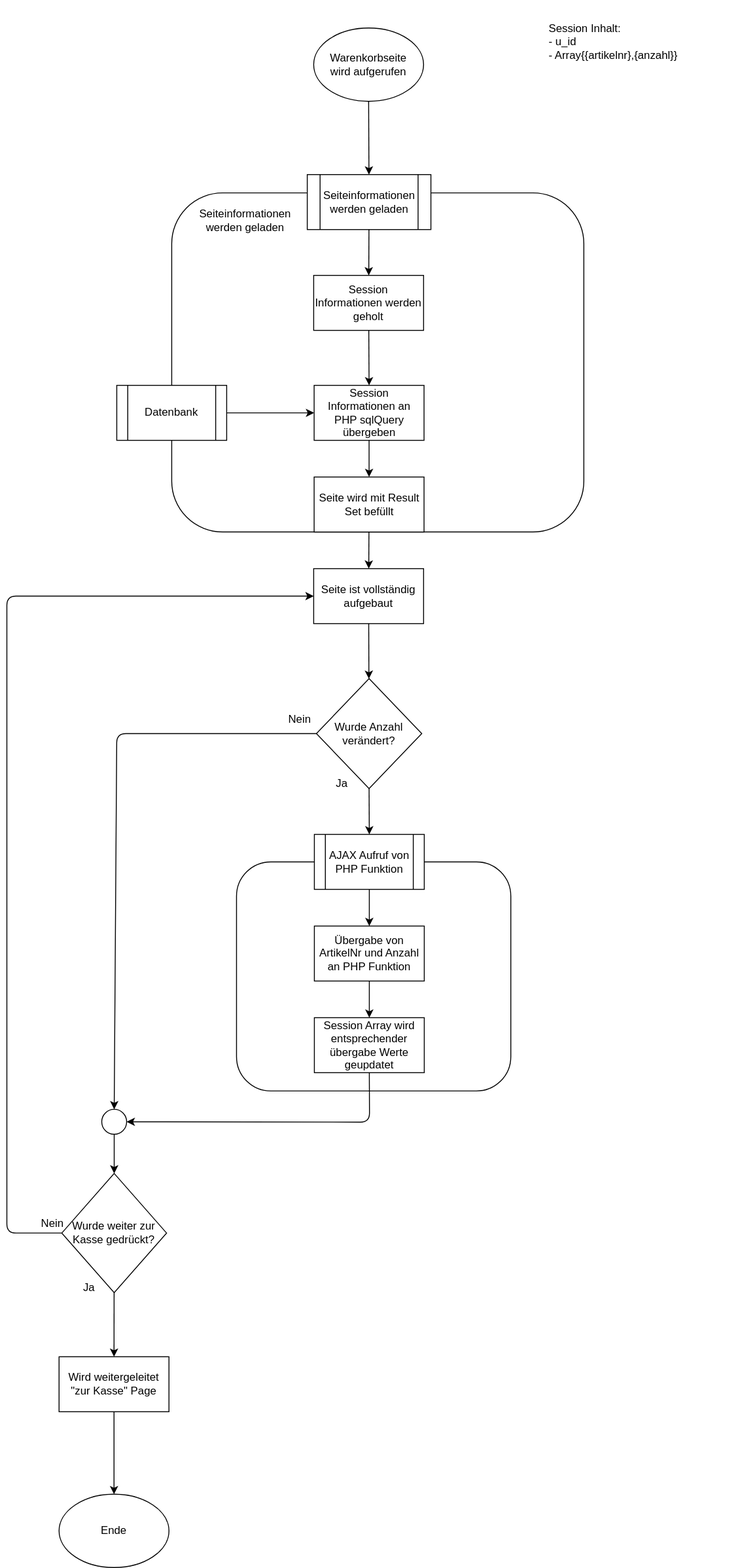
Projektarbeiten/ProjectPlatypus keeps this draw.io diagram as drawio/flussdiagrammPreisberechnungWarenkorb.drawio.svg. Above is the earlier version. Source tidied: cells renumbered, new cells last; positions are measured from the earlier drawing's top-left corner, leaving out a move shared by most shapes. Its diagram source:
```xml
<mxGraphModel>
  <root>
    <mxCell id="0" />
    <mxCell id="1" parent="0" />
    <mxCell id="2" style="rounded=1;whiteSpace=wrap;html=1;" parent="1" vertex="1">
      <mxGeometry x="180" y="210" width="450" height="370" as="geometry" />
    </mxCell>
    <mxCell id="3" value="Warenkorbseite&lt;br&gt;wird aufgerufen" style="ellipse;whiteSpace=wrap;html=1;" parent="1" vertex="1">
      <mxGeometry x="335" y="30" width="120" height="80" as="geometry" />
    </mxCell>
    <mxCell id="4" style="endArrow=classic;html=1;exitX=0.5;exitY=1;exitDx=0;exitDy=0;" parent="1" edge="1" source="3" target="7">
      <mxGeometry relative="1" as="geometry" />
    </mxCell>
    <mxCell id="5" value="&lt;span style=&quot;&quot;&gt;Seiteinformationen&lt;br&gt;werden geladen&lt;/span&gt;" style="text;html=1;align=center;verticalAlign=middle;strokeColor=none;fillColor=none;" parent="1" vertex="1">
      <mxGeometry x="200" y="220" width="120" height="40" as="geometry" />
    </mxCell>
    <mxCell id="6" style="edgeStyle=none;html=1;" parent="1" edge="1" source="7" target="9">
      <mxGeometry relative="1" as="geometry" />
    </mxCell>
    <mxCell id="7" value="&lt;span style=&quot;&quot;&gt;Seiteinformationen&lt;/span&gt;&lt;br style=&quot;&quot;&gt;&lt;span style=&quot;&quot;&gt;werden geladen&lt;/span&gt;" style="shape=process;whiteSpace=wrap;html=1;backgroundOutline=1;" parent="1" vertex="1">
      <mxGeometry x="328" y="190" width="135" height="60" as="geometry" />
    </mxCell>
    <mxCell id="8" style="edgeStyle=none;html=1;entryX=0.5;entryY=0;entryDx=0;entryDy=0;" parent="1" edge="1" source="9" target="11">
      <mxGeometry relative="1" as="geometry" />
    </mxCell>
    <mxCell id="9" value="Session Informationen werden geholt" style="rounded=0;whiteSpace=wrap;html=1;" parent="1" vertex="1">
      <mxGeometry x="335" y="300" width="120" height="60" as="geometry" />
    </mxCell>
    <mxCell id="10" style="edgeStyle=none;html=1;" parent="1" edge="1" source="11" target="15">
      <mxGeometry relative="1" as="geometry" />
    </mxCell>
    <mxCell id="11" value="Session Informationen an PHP sqlQuery übergeben" style="rounded=0;whiteSpace=wrap;html=1;" parent="1" vertex="1">
      <mxGeometry x="335.5" y="420" width="120" height="60" as="geometry" />
    </mxCell>
    <mxCell id="12" value="Datenbank" style="shape=process;whiteSpace=wrap;html=1;backgroundOutline=1;" parent="1" vertex="1">
      <mxGeometry x="120" y="420" width="120" height="60" as="geometry" />
    </mxCell>
    <mxCell id="13" style="endArrow=classic;html=1;exitX=1;exitY=0.5;exitDx=0;exitDy=0;entryX=0;entryY=0.5;entryDx=0;entryDy=0;" parent="1" edge="1" source="12" target="11">
      <mxGeometry relative="1" as="geometry" />
    </mxCell>
    <mxCell id="14" style="edgeStyle=none;html=1;" parent="1" edge="1" source="15" target="17">
      <mxGeometry relative="1" as="geometry" />
    </mxCell>
    <mxCell id="15" value="Seite wird mit Result Set befüllt" style="rounded=0;whiteSpace=wrap;html=1;" parent="1" vertex="1">
      <mxGeometry x="335.5" y="520" width="120" height="60" as="geometry" />
    </mxCell>
    <mxCell id="16" style="edgeStyle=none;html=1;" parent="1" edge="1" source="17" target="18">
      <mxGeometry relative="1" as="geometry" />
    </mxCell>
    <mxCell id="17" value="Seite ist vollständig aufgebaut" style="rounded=0;whiteSpace=wrap;html=1;" parent="1" vertex="1">
      <mxGeometry x="335" y="620" width="120" height="60" as="geometry" />
    </mxCell>
    <mxCell id="18" value="Wurde Anzahl verändert?" style="rhombus;whiteSpace=wrap;html=1;" parent="1" vertex="1">
      <mxGeometry x="338" y="740" width="115" height="120" as="geometry" />
    </mxCell>
    <mxCell id="19" style="endArrow=classic;html=1;exitX=0;exitY=0.5;exitDx=0;exitDy=0;entryX=0.5;entryY=0;entryDx=0;entryDy=0;" parent="1" edge="1" source="18" target="37">
      <mxGeometry relative="1" as="geometry">
        <Array as="points">
          <mxPoint x="120" y="800" />
        </Array>
      </mxGeometry>
    </mxCell>
    <mxCell id="20" value="Nein" style="text;html=1;strokeColor=none;fillColor=none;align=center;verticalAlign=middle;whiteSpace=wrap;rounded=0;" parent="1" vertex="1">
      <mxGeometry x="290" y="770" width="60" height="30" as="geometry" />
    </mxCell>
    <mxCell id="21" value="Ja" style="text;html=1;strokeColor=none;fillColor=none;align=center;verticalAlign=middle;whiteSpace=wrap;rounded=0;" parent="1" vertex="1">
      <mxGeometry x="335.5" y="840" width="60" height="30" as="geometry" />
    </mxCell>
    <mxCell id="22" style="endArrow=classic;html=1;exitX=0.5;exitY=1;exitDx=0;exitDy=0;entryX=0.5;entryY=0;entryDx=0;entryDy=0;" parent="1" edge="1" source="18" target="32">
      <mxGeometry relative="1" as="geometry" />
    </mxCell>
    <mxCell id="23" style="edgeStyle=none;html=1;entryX=0.5;entryY=0;entryDx=0;entryDy=0;" parent="1" edge="1" source="24" target="30">
      <mxGeometry relative="1" as="geometry" />
    </mxCell>
    <mxCell id="24" value="Wurde weiter zur Kasse gedrückt?" style="rhombus;whiteSpace=wrap;html=1;" parent="1" vertex="1">
      <mxGeometry x="60" y="1280" width="114.4" height="130" as="geometry" />
    </mxCell>
    <mxCell id="25" style="endArrow=classic;html=1;exitX=0;exitY=0.5;exitDx=0;exitDy=0;entryX=0;entryY=0.5;entryDx=0;entryDy=0;" parent="1" edge="1" source="24" target="17">
      <mxGeometry relative="1" as="geometry">
        <Array as="points">
          <mxPoint y="1345" />
          <mxPoint y="650" />
        </Array>
      </mxGeometry>
    </mxCell>
    <mxCell id="26" value="Nein" style="text;html=1;strokeColor=none;fillColor=none;align=center;verticalAlign=middle;whiteSpace=wrap;rounded=0;" parent="1" vertex="1">
      <mxGeometry x="20" y="1320" width="60" height="30" as="geometry" />
    </mxCell>
    <mxCell id="27" value="Ja" style="text;html=1;strokeColor=none;fillColor=none;align=center;verticalAlign=middle;whiteSpace=wrap;rounded=0;" parent="1" vertex="1">
      <mxGeometry x="60" y="1390" width="60" height="30" as="geometry" />
    </mxCell>
    <mxCell id="28" style="rounded=1;whiteSpace=wrap;html=1;" parent="1" vertex="1">
      <mxGeometry x="250.8" y="940" width="299.5" height="250" as="geometry" />
    </mxCell>
    <mxCell id="29" style="edgeStyle=none;html=1;" parent="1" edge="1" source="30" target="40">
      <mxGeometry relative="1" as="geometry" />
    </mxCell>
    <mxCell id="30" value="Wird weitergeleitet &quot;zur Kasse&quot; Page" style="rounded=0;whiteSpace=wrap;html=1;" parent="1" vertex="1">
      <mxGeometry x="57" y="1480" width="120" height="60" as="geometry" />
    </mxCell>
    <mxCell id="31" style="edgeStyle=none;html=1;" parent="1" edge="1" source="32" target="34">
      <mxGeometry relative="1" as="geometry" />
    </mxCell>
    <mxCell id="32" value="AJAX Aufruf von PHP Funktion" style="shape=process;whiteSpace=wrap;html=1;backgroundOutline=1;" parent="1" vertex="1">
      <mxGeometry x="335.8" y="910" width="120" height="60" as="geometry" />
    </mxCell>
    <mxCell id="33" style="edgeStyle=none;html=1;" parent="1" edge="1" source="34" target="35">
      <mxGeometry relative="1" as="geometry" />
    </mxCell>
    <mxCell id="34" value="Übergabe von ArtikelNr und Anzahl an PHP Funktion" style="rounded=0;whiteSpace=wrap;html=1;" parent="1" vertex="1">
      <mxGeometry x="335.8" y="1010" width="120" height="60" as="geometry" />
    </mxCell>
    <mxCell id="35" value="Session Array wird entsprechender übergabe Werte geupdatet" style="rounded=0;whiteSpace=wrap;html=1;" parent="1" vertex="1">
      <mxGeometry x="335.8" y="1110" width="120" height="60" as="geometry" />
    </mxCell>
    <mxCell id="36" value="&lt;div style=&quot;&quot;&gt;&lt;span style=&quot;background-color: initial;&quot;&gt;Session Inhalt:&lt;/span&gt;&lt;/div&gt;&lt;div style=&quot;&quot;&gt;&lt;span style=&quot;background-color: initial;&quot;&gt;- u_id&lt;/span&gt;&lt;/div&gt;&lt;div style=&quot;&quot;&gt;&lt;span style=&quot;background-color: initial;&quot;&gt;- Array{{artikelnr},{anzahl}}&lt;/span&gt;&lt;/div&gt;" style="text;html=1;strokeColor=none;fillColor=none;align=left;verticalAlign=middle;whiteSpace=wrap;rounded=0;" parent="1" vertex="1">
      <mxGeometry x="590" width="210" height="90" as="geometry" />
    </mxCell>
    <mxCell id="37" style="ellipse;whiteSpace=wrap;html=1;" parent="1" vertex="1">
      <mxGeometry x="103.6" y="1210" width="27.2" height="27.2" as="geometry" />
    </mxCell>
    <mxCell id="38" style="endArrow=classic;html=1;exitX=0.5;exitY=1;exitDx=0;exitDy=0;entryX=1;entryY=0.5;entryDx=0;entryDy=0;" parent="1" edge="1" source="35" target="37">
      <mxGeometry relative="1" as="geometry">
        <Array as="points">
          <mxPoint x="396" y="1224" />
        </Array>
      </mxGeometry>
    </mxCell>
    <mxCell id="39" style="endArrow=classic;html=1;exitX=0.5;exitY=1;exitDx=0;exitDy=0;entryX=0.5;entryY=0;entryDx=0;entryDy=0;" parent="1" edge="1" source="37" target="24">
      <mxGeometry relative="1" as="geometry" />
    </mxCell>
    <mxCell id="40" value="Ende" style="ellipse;whiteSpace=wrap;html=1;" parent="1" vertex="1">
      <mxGeometry x="57" y="1630" width="120" height="80" as="geometry" />
    </mxCell>
  </root>
</mxGraphModel>
```
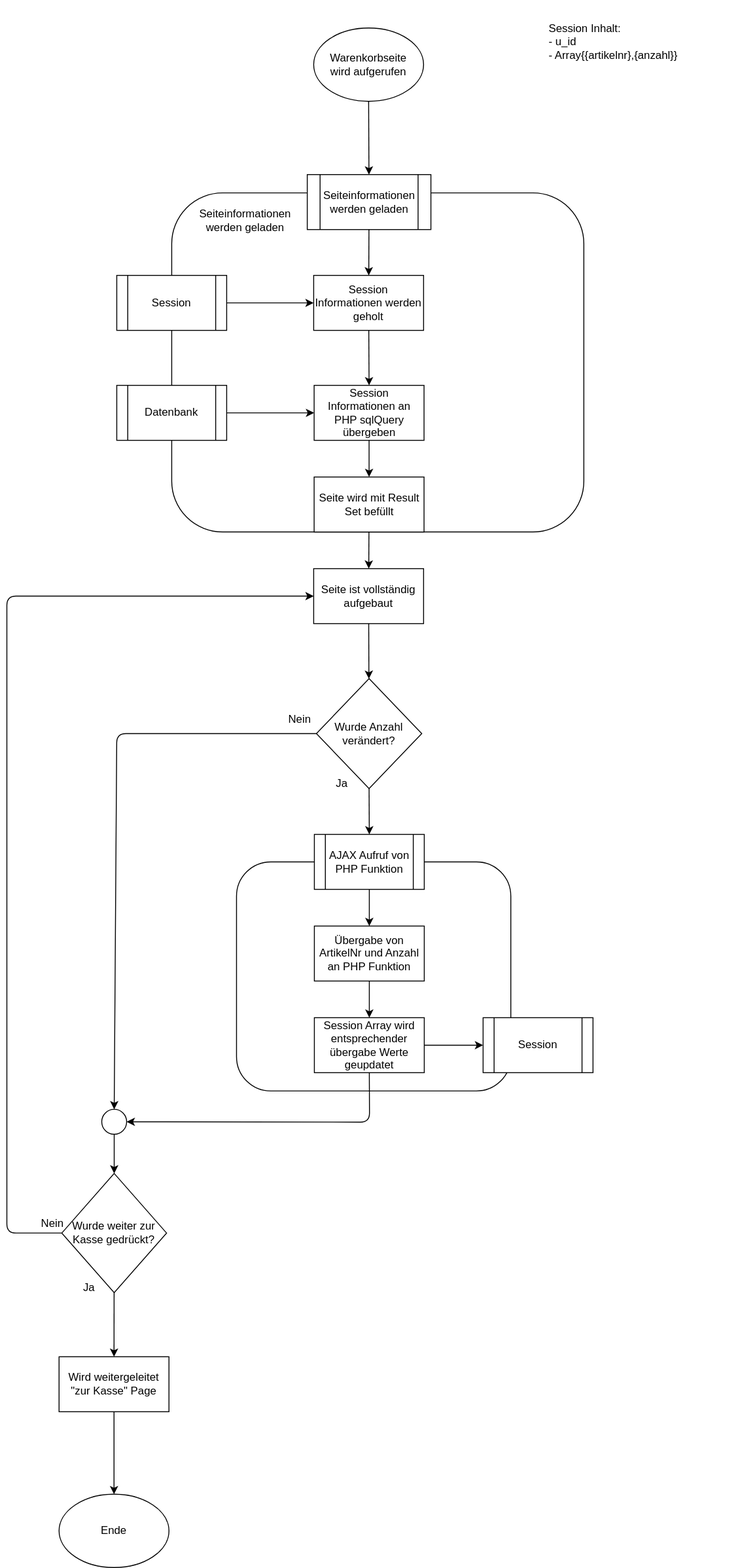
Above is the later version.

Commit message:
PP-70 --Änderung: - Informationsquellen zum Diagramm hinzugefügt --

Change to the diagram source:
```diff
@@ -110,6 +110,9 @@
     <mxCell id="34" value="Übergabe von ArtikelNr und Anzahl an PHP Funktion" style="rounded=0;whiteSpace=wrap;html=1;" parent="1" vertex="1">
       <mxGeometry x="335.8" y="1010" width="120" height="60" as="geometry" />
     </mxCell>
+    <mxCell id="41" style="edgeStyle=none;html=1;" parent="1" edge="1" source="35" target="44">
+      <mxGeometry relative="1" as="geometry" />
+    </mxCell>
     <mxCell id="35" value="Session Array wird entsprechender übergabe Werte geupdatet" style="rounded=0;whiteSpace=wrap;html=1;" parent="1" vertex="1">
       <mxGeometry x="335.8" y="1110" width="120" height="60" as="geometry" />
     </mxCell>
@@ -132,5 +135,14 @@
     <mxCell id="40" value="Ende" style="ellipse;whiteSpace=wrap;html=1;" parent="1" vertex="1">
       <mxGeometry x="57" y="1630" width="120" height="80" as="geometry" />
     </mxCell>
+    <mxCell id="42" style="edgeStyle=none;html=1;" parent="1" edge="1" source="43" target="9">
+      <mxGeometry relative="1" as="geometry" />
+    </mxCell>
+    <mxCell id="43" value="Session" style="shape=process;whiteSpace=wrap;html=1;backgroundOutline=1;" parent="1" vertex="1">
+      <mxGeometry x="120" y="300" width="120" height="60" as="geometry" />
+    </mxCell>
+    <mxCell id="44" value="Session" style="shape=process;whiteSpace=wrap;html=1;backgroundOutline=1;" parent="1" vertex="1">
+      <mxGeometry x="520" y="1110" width="120" height="60" as="geometry" />
+    </mxCell>
   </root>
 </mxGraphModel>
```
